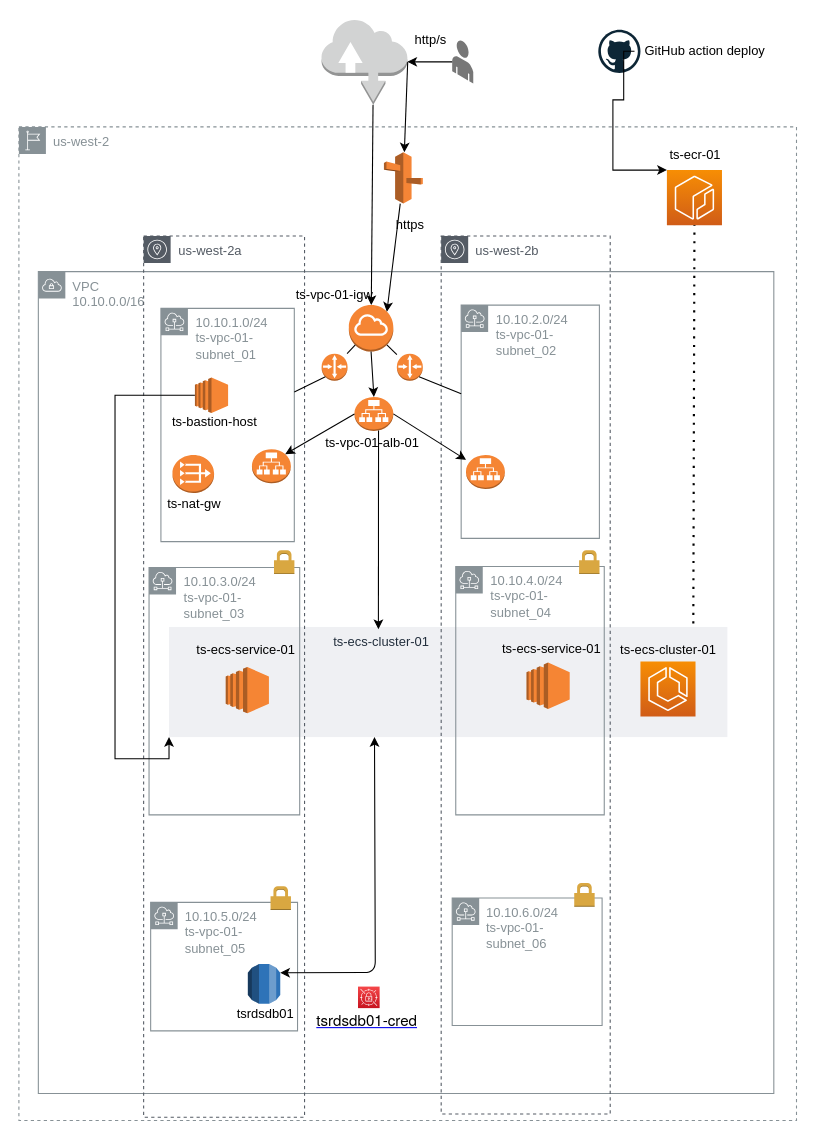
The draw.io diagram Untitled Diagram.drawio in reasonkicked/topsecret, before the edit. Source tidied: cells renumbered, new cells numbered last; positions are measured from the earlier drawing's top-left corner, leaving out a move shared by most shapes. Both pictures are drawn from the tidied source at 108%, with x=0, y=0 at pixel (18, 18).
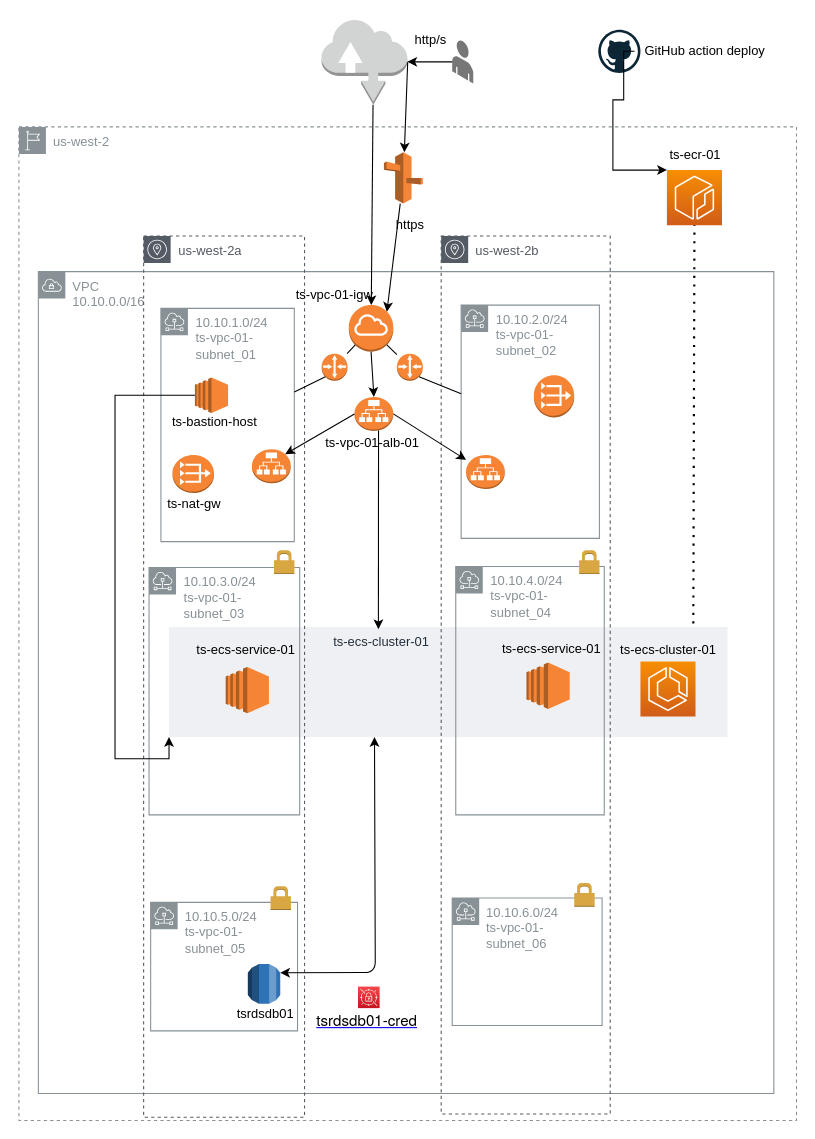
Above is the later version.

Diff of the diagram source:
```diff
@@
+    <mxCell id="65" style="dashed=0;verticalLabelPosition=bottom;verticalAlign=top;align=center;html=1;shape=mxgraph.aws3.vpc_nat_gateway;fillColor=#F58534;gradientColor=none;" parent="1" vertex="1">
+      <mxGeometry x="476.8" y="330" width="37.4" height="39" as="geometry" />
+    </mxCell>
```
